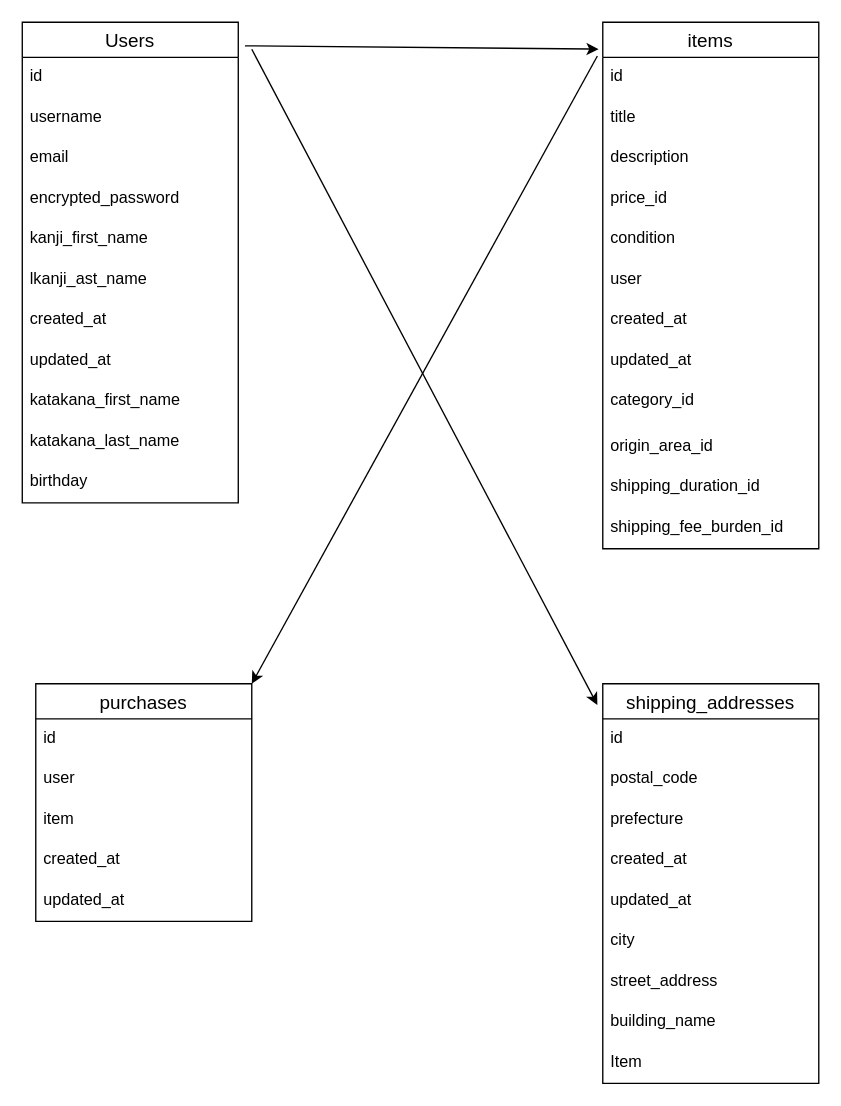
Above: furima.dio in okadarenta/furima-39680 (draw.io), before the change. Source tidied: cells renumbered, new cells numbered last; positions are measured from the earlier drawing's top-left corner, leaving out a move shared by most shapes. Both pictures are drawn from the tidied source at 135%, with x=0, y=0 at pixel (22, 22).
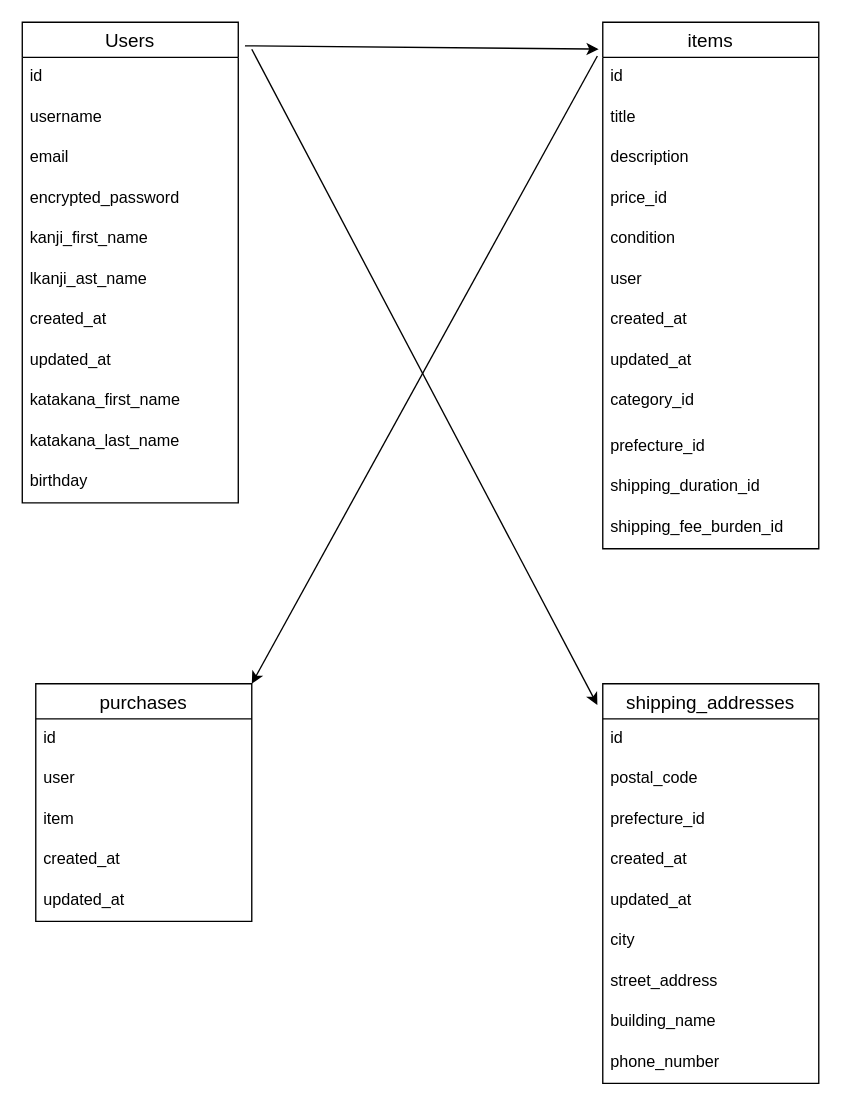
The same diagram, later.

Commit message (it also covers changes not shown here):
データベース設計４

The change refers to these unchanged cells:
```xml
<mxCell id="14" value="items" style="swimlane;fontStyle=0;horizontal=1;startSize=26;align=center;fontSize=14;" parent="1" vertex="1">
  <mxGeometry x="430" width="160" height="390" as="geometry" />
</mxCell>
<mxCell id="33" value="shipping_addresses" style="swimlane;fontStyle=0;horizontal=1;startSize=26;align=center;fontSize=14;" parent="1" vertex="1">
  <mxGeometry x="430" y="490" width="160" height="296" as="geometry" />
</mxCell>
```

Diff of the diagram source:
```diff
@@
-    <mxCell id="24" value="origin_area_id" style="text;strokeColor=none;fillColor=none;spacingLeft=4;spacingRight=4;overflow=hidden;fontSize=12;" parent="14" vertex="1">
+    <mxCell id="24" value="prefecture_id" style="text;strokeColor=none;fillColor=none;spacingLeft=4;spacingRight=4;overflow=hidden;fontSize=12;" parent="14" vertex="1">
       <mxGeometry y="300" width="160" height="30" as="geometry" />
     </mxCell>
@@
-    <mxCell id="36" value="prefecture" style="text;strokeColor=none;fillColor=none;spacingLeft=4;spacingRight=4;overflow=hidden;fontSize=12;" parent="33" vertex="1">
+    <mxCell id="36" value="prefecture_id" style="text;strokeColor=none;fillColor=none;spacingLeft=4;spacingRight=4;overflow=hidden;fontSize=12;" parent="33" vertex="1">
       <mxGeometry y="86" width="160" height="30" as="geometry" />
     </mxCell>
@@
-    <mxCell id="42" value="Item" style="text;strokeColor=none;fillColor=none;spacingLeft=4;spacingRight=4;overflow=hidden;fontSize=12;" parent="33" vertex="1">
+    <mxCell id="42" value="phone_number" style="text;strokeColor=none;fillColor=none;spacingLeft=4;spacingRight=4;overflow=hidden;fontSize=12;" parent="33" vertex="1">
       <mxGeometry y="266" width="160" height="30" as="geometry" />
     </mxCell>
```
